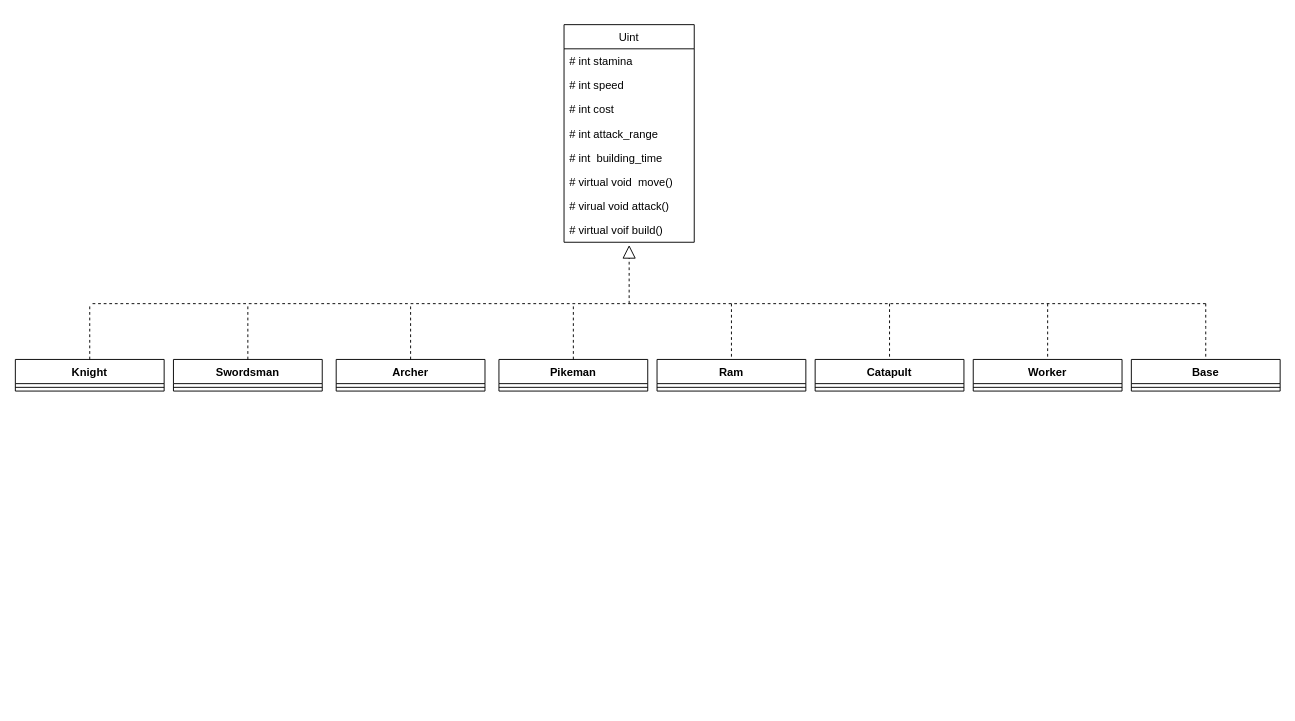
Before: diagram/diagram.drawio in PartyKusZ/board_game, a draw.io diagram. Source tidied: cells renumbered, new cells numbered last; positions are measured from the earlier drawing's top-left corner, leaving out a move shared by most shapes. Both pictures are drawn from the tidied source at 93%, with x=0, y=0 at pixel (15, 24).
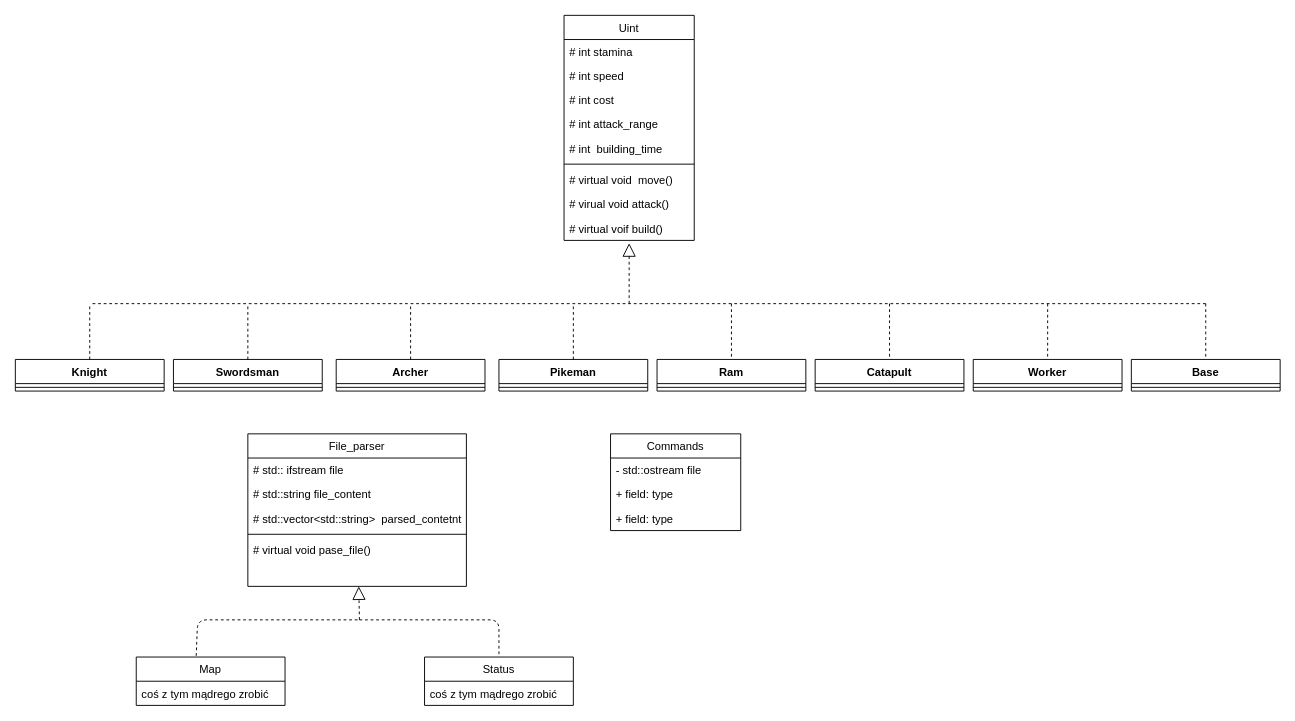
After the change.

Commit message (it also covers changes not shown here):
rozwuj diagramu klas i dodanie diagramu przeplywu main

Diff of the diagram source:
```diff
@@
     <mxCell id="2" value="Uint" style="swimlane;fontStyle=0;horizontal=1;startSize=26;fillColor=none;strokeColor=default;" parent="1" vertex="1">
-      <mxGeometry x="590" width="140" height="234" as="geometry" />
+      <mxGeometry x="590" y="-10" width="140" height="242" as="geometry" />
     </mxCell>
@@
+    <mxCell id="38" style="line;strokeWidth=1;fillColor=none;align=left;verticalAlign=middle;spacingTop=-1;spacingLeft=3;spacingRight=3;labelPosition=right;strokeColor=inherit;" parent="2" vertex="1">
+      <mxGeometry y="156" width="140" height="8" as="geometry" />
+    </mxCell>
     <mxCell id="8" value="# virtual void  move()" style="text;strokeColor=none;fillColor=none;align=left;verticalAlign=top;spacingLeft=4;spacingRight=4;overflow=hidden;" parent="2" vertex="1">
-      <mxGeometry y="156" width="140" height="26" as="geometry" />
+      <mxGeometry y="164" width="140" height="26" as="geometry" />
     </mxCell>
     <mxCell id="9" value="# virual void attack()" style="text;strokeColor=none;fillColor=none;align=left;verticalAlign=top;spacingLeft=4;spacingRight=4;overflow=hidden;" parent="2" vertex="1">
-      <mxGeometry y="182" width="140" height="26" as="geometry" />
+      <mxGeometry y="190" width="140" height="26" as="geometry" />
     </mxCell>
     <mxCell id="10" value="# virtual voif build()" style="text;strokeColor=none;fillColor=none;align=left;verticalAlign=top;spacingLeft=4;spacingRight=4;overflow=hidden;points=[[0,0.5],[1,0.5]];portConstraint=eastwest;" parent="2" vertex="1">
-      <mxGeometry y="208" width="140" height="26" as="geometry" />
+      <mxGeometry y="216" width="140" height="26" as="geometry" />
     </mxCell>
@@
+    <mxCell id="39" value="Map" style="swimlane;fontStyle=0;horizontal=1;startSize=26;fillColor=none;strokeColor=default;" parent="1" vertex="1">
+      <mxGeometry x="130" y="680" width="160" height="52" as="geometry" />
+    </mxCell>
+    <mxCell id="40" value="coś z tym mądrego zrobić" style="text;strokeColor=none;fillColor=none;align=left;verticalAlign=top;spacingLeft=4;spacingRight=4;overflow=hidden;" parent="39" vertex="1">
+      <mxGeometry y="26" width="160" height="26" as="geometry" />
+    </mxCell>
+    <mxCell id="41" value="Status" style="swimlane;fontStyle=0;horizontal=1;startSize=26;fillColor=none;strokeColor=default;" parent="1" vertex="1">
+      <mxGeometry x="440" y="680" width="160" height="52" as="geometry" />
+    </mxCell>
+    <mxCell id="42" value="coś z tym mądrego zrobić" style="text;strokeColor=none;fillColor=none;align=left;verticalAlign=top;spacingLeft=4;spacingRight=4;overflow=hidden;" parent="41" vertex="1">
+      <mxGeometry y="26" width="160" height="26" as="geometry" />
+    </mxCell>
+    <mxCell id="43" value="Commands" style="swimlane;fontStyle=0;horizontal=1;startSize=26;fillColor=none;strokeColor=default;" parent="1" vertex="1">
+      <mxGeometry x="640" y="440" width="140" height="104" as="geometry" />
+    </mxCell>
+    <mxCell id="44" value="- std::ostream file" style="text;strokeColor=none;fillColor=none;align=left;verticalAlign=top;spacingLeft=4;spacingRight=4;overflow=hidden;" parent="43" vertex="1">
+      <mxGeometry y="26" width="140" height="26" as="geometry" />
+    </mxCell>
+    <mxCell id="45" value="+ field: type" style="text;strokeColor=none;fillColor=none;align=left;verticalAlign=top;spacingLeft=4;spacingRight=4;overflow=hidden;" parent="43" vertex="1">
+      <mxGeometry y="52" width="140" height="26" as="geometry" />
+    </mxCell>
+    <mxCell id="46" value="+ field: type" style="text;strokeColor=none;fillColor=none;align=left;verticalAlign=top;spacingLeft=4;spacingRight=4;overflow=hidden;" parent="43" vertex="1">
+      <mxGeometry y="78" width="140" height="26" as="geometry" />
+    </mxCell>
+    <mxCell id="47" value="File_parser" style="swimlane;fontStyle=0;horizontal=1;startSize=26;fillColor=none;strokeColor=default;" parent="1" vertex="1">
+      <mxGeometry x="250" y="440" width="235" height="164" as="geometry" />
+    </mxCell>
+    <mxCell id="48" value="# std:: ifstream file" style="text;strokeColor=none;fillColor=none;align=left;verticalAlign=top;spacingLeft=4;spacingRight=4;overflow=hidden;" parent="47" vertex="1">
+      <mxGeometry y="26" width="235" height="26" as="geometry" />
+    </mxCell>
+    <mxCell id="49" value="# std::string file_content" style="text;strokeColor=none;fillColor=none;align=left;verticalAlign=top;spacingLeft=4;spacingRight=4;overflow=hidden;" parent="47" vertex="1">
+      <mxGeometry y="52" width="235" height="26" as="geometry" />
+    </mxCell>
+    <mxCell id="50" value="# std::vector&lt;std::string&gt;  parsed_contetnt" style="text;strokeColor=none;fillColor=none;align=left;verticalAlign=top;spacingLeft=4;spacingRight=4;overflow=hidden;" parent="47" vertex="1">
+      <mxGeometry y="78" width="235" height="26" as="geometry" />
+    </mxCell>
+    <mxCell id="51" style="line;strokeWidth=1;fillColor=none;align=left;verticalAlign=middle;spacingTop=-1;spacingLeft=3;spacingRight=3;labelPosition=right;strokeColor=inherit;" parent="47" vertex="1">
+      <mxGeometry y="104" width="235" height="8" as="geometry" />
+    </mxCell>
+    <mxCell id="52" value="# virtual void pase_file()" style="text;strokeColor=none;fillColor=none;align=left;verticalAlign=top;spacingLeft=4;spacingRight=4;overflow=hidden;" parent="47" vertex="1">
+      <mxGeometry y="112" width="235" height="26" as="geometry" />
+    </mxCell>
+    <mxCell id="53" style="text;strokeColor=none;fillColor=none;align=left;verticalAlign=top;spacingLeft=4;spacingRight=4;overflow=hidden;" parent="47" vertex="1">
+      <mxGeometry y="138" width="235" height="26" as="geometry" />
+    </mxCell>
+    <mxCell id="54" style="group;" parent="1" vertex="1">
+      <mxGeometry x="196" y="640" width="324" as="geometry" />
+    </mxCell>
+    <mxCell id="55" style="endArrow=block;dashed=1;endFill=0;endSize=12;html=1;elbow=vertical;" parent="54" edge="1" target="47">
+      <mxGeometry relative="1" as="geometry">
+        <mxPoint x="174" as="sourcePoint" />
+      </mxGeometry>
+    </mxCell>
+    <mxCell id="56" style="edgeStyle=none;jettySize=auto;html=1;dashed=1;endArrow=none;endFill=0;elbow=vertical;exitX=0.403;exitY=-0.025;exitDx=0;exitDy=0;exitPerimeter=0;" parent="54" edge="1" source="39">
+      <mxGeometry relative="1" as="geometry">
+        <mxPoint x="174" as="targetPoint" />
+        <Array as="points">
+          <mxPoint />
+        </Array>
+      </mxGeometry>
+    </mxCell>
+    <mxCell id="57" style="edgeStyle=none;jettySize=auto;html=1;dashed=1;endArrow=none;endFill=0;elbow=vertical;entryX=0.5;entryY=0;entryDx=0;entryDy=0;" parent="54" edge="1" target="41">
+      <mxGeometry relative="1" as="geometry">
+        <mxPoint x="174" as="sourcePoint" />
+        <Array as="points">
+          <mxPoint x="324" />
+        </Array>
+      </mxGeometry>
+    </mxCell>
```
